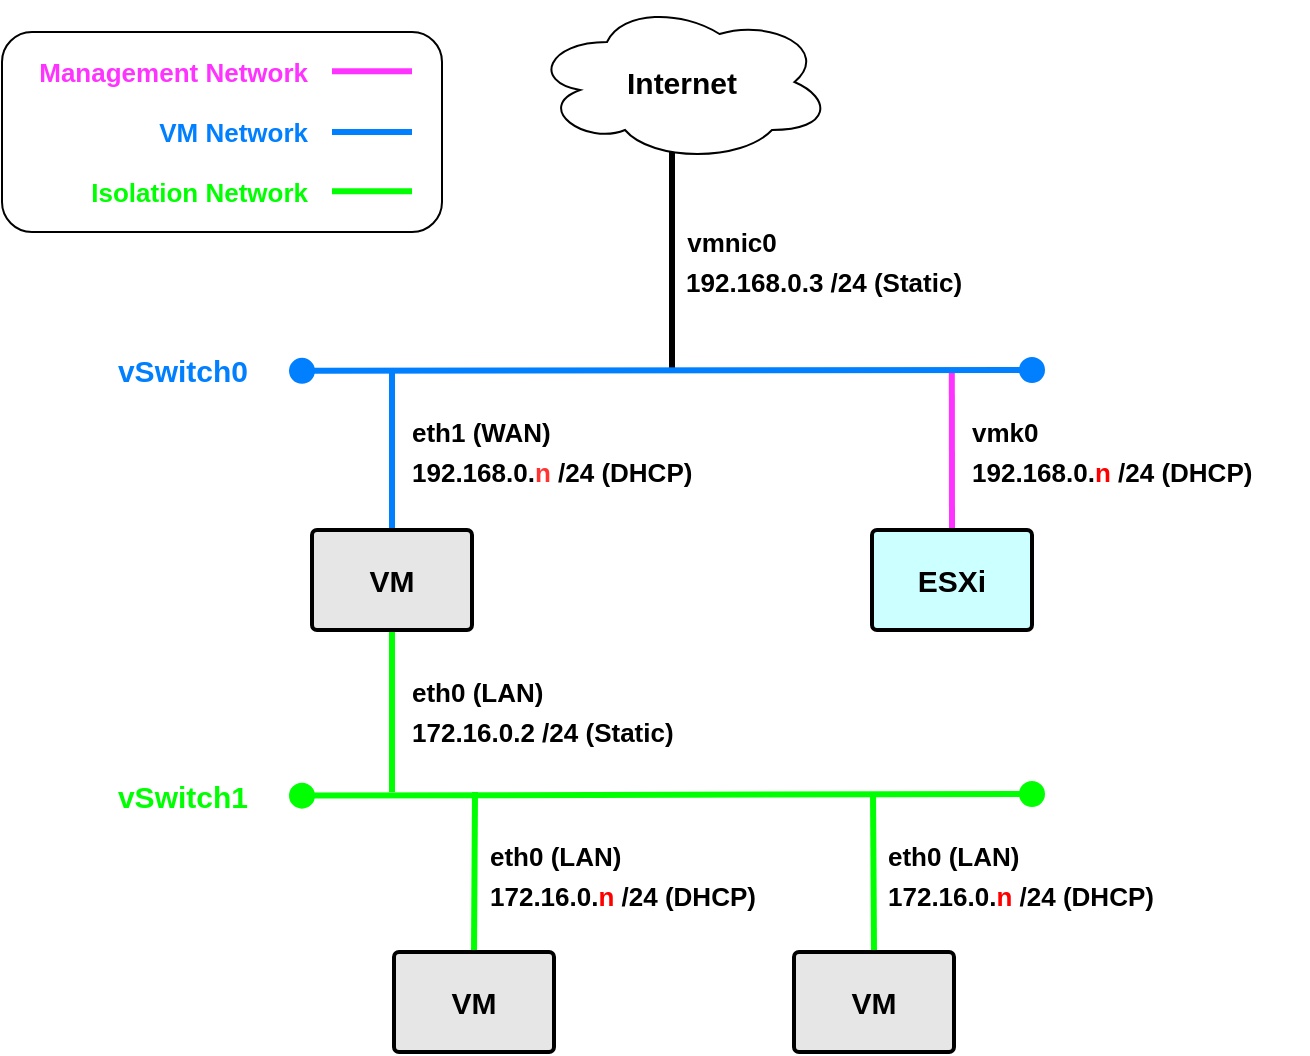
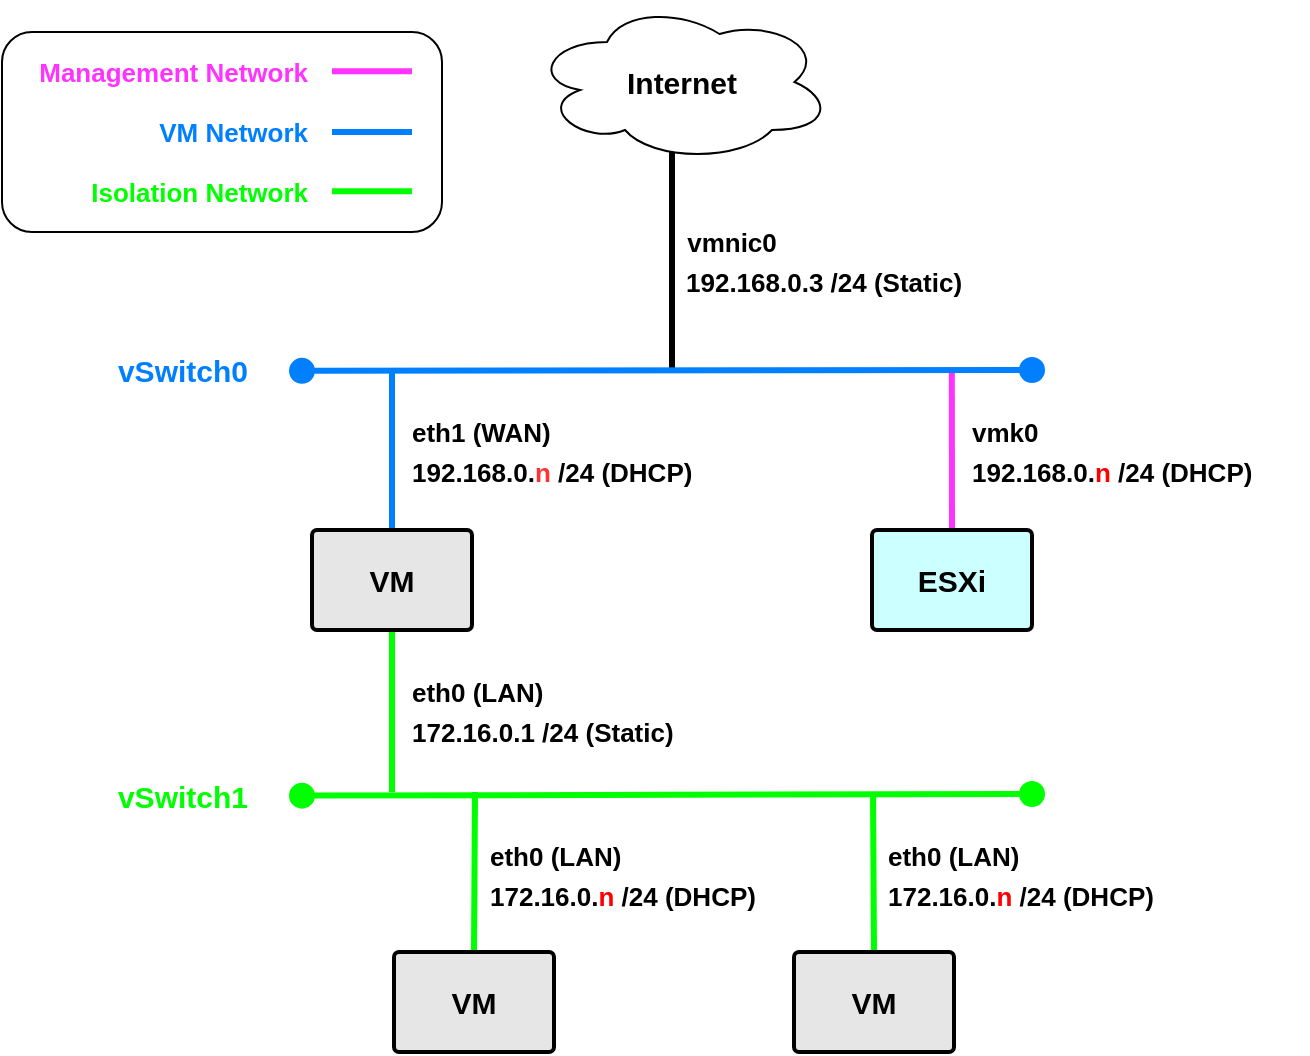
<mxfile host="app.diagrams.net">
  <diagram name="ページ-1" id="D9XlB_TMD_-MUx1WWyKS">
-     <mxGraphModel dx="620" dy="776" grid="1" gridSize="10" guides="1" tooltips="1" connect="1" arrows="1" fold="1" page="1" pageScale="1" pageWidth="827" pageHeight="1169" math="0" shadow="0">
+     <mxGraphModel dx="749" dy="938" grid="1" gridSize="10" guides="1" tooltips="1" connect="1" arrows="1" fold="1" page="1" pageScale="1" pageWidth="827" pageHeight="1169" math="0" shadow="0">
      <root>
        <mxCell id="0" />
        <mxCell id="1" parent="0" />
        <mxCell id="pE-su3vWhePZpemRAO9L-59" edge="1" parent="1" source="KYxcwjHtLG0wu8oCJr7q-87" style="endArrow=none;html=1;rounded=0;strokeWidth=3;startSize=6;strokeColor=#007FFF;exitX=0.5;exitY=0;exitDx=0;exitDy=0;" value="">
          <mxGeometry height="50" relative="1" width="50" as="geometry">
            <mxPoint x="280" y="390" as="sourcePoint" />
            <mxPoint x="280" y="310" as="targetPoint" />
          </mxGeometry>
        </mxCell>
        <mxCell id="Ucy1ZjD5wb_D-EbqR8lm-11" parent="1" style="ellipse;shape=cloud;whiteSpace=wrap;html=1;fontStyle=1;fontSize=15;" value="Internet" vertex="1">
          <mxGeometry height="80" width="150" x="350" y="125" as="geometry" />
        </mxCell>
        <mxCell id="Ucy1ZjD5wb_D-EbqR8lm-12" edge="1" parent="1" style="endArrow=none;html=1;rounded=0;strokeWidth=3;startSize=6;strokeColor=#000000;" value="">
          <mxGeometry height="50" relative="1" width="50" as="geometry">
            <mxPoint x="420" y="310" as="sourcePoint" />
            <mxPoint x="420" y="200" as="targetPoint" />
          </mxGeometry>
        </mxCell>
        <mxCell id="Ucy1ZjD5wb_D-EbqR8lm-13" parent="1" style="text;html=1;whiteSpace=wrap;strokeColor=none;fillColor=none;align=center;verticalAlign=middle;rounded=0;autosize=1;resizable=0;fontSize=13;fontStyle=1" value="vmnic0" vertex="1">
          <mxGeometry height="30" width="60" x="420" y="230" as="geometry" />
        </mxCell>
        <mxCell id="KYxcwjHtLG0wu8oCJr7q-10" edge="1" parent="1" source="KYxcwjHtLG0wu8oCJr7q-15" style="endArrow=none;html=1;rounded=0;strokeWidth=3;startSize=6;strokeColor=#FF33FF;exitX=0.5;exitY=0;exitDx=0;exitDy=0;labelBorderColor=none;" value="">
          <mxGeometry height="50" relative="1" width="50" as="geometry">
            <mxPoint x="559.9659090909092" y="350" as="sourcePoint" />
            <mxPoint x="559.9100000000001" y="309" as="targetPoint" />
          </mxGeometry>
        </mxCell>
        <mxCell id="KYxcwjHtLG0wu8oCJr7q-30" connectable="0" parent="1" style="group" value="" vertex="1">
          <mxGeometry height="49.5" width="170" x="288" y="455" as="geometry" />
        </mxCell>
        <mxCell id="Ucy1ZjD5wb_D-EbqR8lm-18" parent="KYxcwjHtLG0wu8oCJr7q-30" style="text;html=1;whiteSpace=wrap;strokeColor=none;fillColor=none;align=left;verticalAlign=middle;rounded=0;autosize=1;resizable=0;fontSize=13;fontStyle=1" value="eth0 (LAN)" vertex="1">
          <mxGeometry height="30" width="90" as="geometry" />
        </mxCell>
-         <mxCell id="KYxcwjHtLG0wu8oCJr7q-29" parent="KYxcwjHtLG0wu8oCJr7q-30" style="text;html=1;whiteSpace=wrap;strokeColor=none;fillColor=none;align=left;verticalAlign=middle;rounded=0;autosize=1;resizable=0;fontSize=13;fontStyle=1" value="&lt;div&gt;172.16.0.2 /24 (Static)&lt;/div&gt;" vertex="1">
+         <mxCell id="KYxcwjHtLG0wu8oCJr7q-29" parent="KYxcwjHtLG0wu8oCJr7q-30" style="text;html=1;whiteSpace=wrap;strokeColor=none;fillColor=none;align=left;verticalAlign=middle;rounded=0;autosize=1;resizable=0;fontSize=13;fontStyle=1" value="&lt;div&gt;172.16.0.1 /24 (Static)&lt;/div&gt;" vertex="1">
          <mxGeometry height="30" width="150" y="19.5" as="geometry" />
        </mxCell>
        <mxCell id="KYxcwjHtLG0wu8oCJr7q-31" connectable="0" parent="1" style="group" value="" vertex="1">
          <mxGeometry height="50" width="170" x="327" y="537" as="geometry" />
        </mxCell>
        <mxCell id="Ucy1ZjD5wb_D-EbqR8lm-19" parent="KYxcwjHtLG0wu8oCJr7q-31" style="text;html=1;whiteSpace=wrap;strokeColor=none;fillColor=none;align=left;verticalAlign=middle;rounded=0;autosize=1;resizable=0;fontSize=13;fontStyle=1" value="eth0 (LAN)" vertex="1">
          <mxGeometry height="30" width="90" as="geometry" />
        </mxCell>
        <mxCell id="KYxcwjHtLG0wu8oCJr7q-28" parent="KYxcwjHtLG0wu8oCJr7q-31" style="text;html=1;whiteSpace=wrap;strokeColor=none;fillColor=none;align=left;verticalAlign=middle;rounded=0;autosize=1;resizable=0;fontSize=13;fontStyle=1" value="&lt;div&gt;172.16.0.&lt;span style=&quot;color: rgb(255, 0, 0);&quot;&gt;n&lt;/span&gt; /24 (DHCP)&lt;/div&gt;" vertex="1">
          <mxGeometry height="30" width="160" y="20" as="geometry" />
        </mxCell>
        <mxCell id="KYxcwjHtLG0wu8oCJr7q-37" edge="1" parent="1" style="endArrow=none;html=1;rounded=0;strokeWidth=3;startSize=6;strokeColor=#00FF00;" target="KYxcwjHtLG0wu8oCJr7q-87" value="">
          <mxGeometry height="50" relative="1" width="50" as="geometry">
            <mxPoint x="280" y="520" as="sourcePoint" />
            <mxPoint x="280" y="440" as="targetPoint" />
          </mxGeometry>
        </mxCell>
        <mxCell id="KYxcwjHtLG0wu8oCJr7q-38" connectable="0" parent="1" style="group" value="" vertex="1">
          <mxGeometry height="30" width="470" x="130" y="467" as="geometry" />
        </mxCell>
        <mxCell id="pE-su3vWhePZpemRAO9L-46" parent="KYxcwjHtLG0wu8oCJr7q-38" style="text;html=1;whiteSpace=wrap;strokeColor=none;fillColor=none;align=right;verticalAlign=middle;rounded=0;autosize=1;resizable=0;fontSize=15;fontStyle=1;fontColor=#00FF00;" value="vSwitch1" vertex="1">
          <mxGeometry height="30" width="80" y="40" as="geometry" />
        </mxCell>
        <mxCell id="pE-su3vWhePZpemRAO9L-45" edge="1" parent="KYxcwjHtLG0wu8oCJr7q-38" style="endArrow=oval;html=1;rounded=0;startArrow=oval;startFill=1;endFill=1;strokeWidth=3;startSize=10;endSize=10;strokeColor=#00FF00;" value="">
          <mxGeometry height="50" relative="1" width="50" as="geometry">
            <mxPoint x="105" y="54.819999999999936" as="sourcePoint" />
            <mxPoint x="470" y="54" as="targetPoint" />
          </mxGeometry>
        </mxCell>
        <mxCell id="KYxcwjHtLG0wu8oCJr7q-40" connectable="0" parent="1" style="group" value="" vertex="1">
          <mxGeometry height="49.5" width="170" x="288" y="325" as="geometry" />
        </mxCell>
        <mxCell id="KYxcwjHtLG0wu8oCJr7q-41" parent="KYxcwjHtLG0wu8oCJr7q-40" style="text;html=1;whiteSpace=wrap;strokeColor=none;fillColor=none;align=left;verticalAlign=middle;rounded=0;autosize=1;resizable=0;fontSize=13;fontStyle=1" value="eth1 (WAN)" vertex="1">
          <mxGeometry height="30" width="90" as="geometry" />
        </mxCell>
        <mxCell id="KYxcwjHtLG0wu8oCJr7q-42" parent="KYxcwjHtLG0wu8oCJr7q-40" style="text;html=1;whiteSpace=wrap;strokeColor=none;fillColor=none;align=left;verticalAlign=middle;rounded=0;autosize=1;resizable=0;fontSize=13;fontStyle=1" value="&lt;div&gt;192.168.0.&lt;span style=&quot;color: rgb(255, 51, 51);&quot;&gt;n&lt;/span&gt; /24 (DHCP)&lt;/div&gt;" vertex="1">
          <mxGeometry height="30" width="160" y="19.5" as="geometry" />
        </mxCell>
        <mxCell id="KYxcwjHtLG0wu8oCJr7q-44" connectable="0" parent="1" style="group" value="" vertex="1">
          <mxGeometry height="49.5" width="170" x="568" y="325" as="geometry" />
        </mxCell>
        <mxCell id="KYxcwjHtLG0wu8oCJr7q-11" parent="KYxcwjHtLG0wu8oCJr7q-44" style="text;html=1;whiteSpace=wrap;strokeColor=none;fillColor=none;align=left;verticalAlign=middle;rounded=0;autosize=1;resizable=0;fontSize=13;fontStyle=1" value="vmk0" vertex="1">
          <mxGeometry height="30" width="50" x="5.684341886080802e-14" as="geometry" />
        </mxCell>
        <mxCell id="KYxcwjHtLG0wu8oCJr7q-43" parent="KYxcwjHtLG0wu8oCJr7q-44" style="text;html=1;whiteSpace=wrap;strokeColor=none;fillColor=none;align=left;verticalAlign=middle;rounded=0;autosize=1;resizable=0;fontSize=13;fontStyle=1" value="&lt;div&gt;192.168.0.&lt;span style=&quot;color: rgb(255, 0, 0);&quot;&gt;n&lt;/span&gt; /24 (DHCP)&lt;/div&gt;" vertex="1">
          <mxGeometry height="30" width="160" y="19.5" as="geometry" />
        </mxCell>
        <mxCell id="KYxcwjHtLG0wu8oCJr7q-45" connectable="0" parent="1" style="group" value="" vertex="1">
          <mxGeometry height="30" width="500" x="100" y="294" as="geometry" />
        </mxCell>
        <mxCell id="pE-su3vWhePZpemRAO9L-39" parent="KYxcwjHtLG0wu8oCJr7q-45" style="text;html=1;whiteSpace=wrap;strokeColor=none;fillColor=none;align=right;verticalAlign=middle;rounded=0;autosize=1;resizable=0;fontSize=15;fontStyle=1;fontColor=#007FFF;" value="vSwitch0　　" vertex="1">
          <mxGeometry height="30" width="110" as="geometry" />
        </mxCell>
        <mxCell id="pE-su3vWhePZpemRAO9L-37" edge="1" parent="KYxcwjHtLG0wu8oCJr7q-45" style="endArrow=oval;html=1;rounded=0;startArrow=oval;startFill=1;endFill=1;strokeWidth=3;startSize=10;endSize=10;strokeColor=#007FFF;" value="">
          <mxGeometry height="50" relative="1" width="50" as="geometry">
            <mxPoint x="135" y="15.409999999999968" as="sourcePoint" />
            <mxPoint x="500" y="15" as="targetPoint" />
          </mxGeometry>
        </mxCell>
        <mxCell id="KYxcwjHtLG0wu8oCJr7q-55" connectable="0" parent="1" style="group" value="" vertex="1">
          <mxGeometry height="100" width="220" x="85" y="140" as="geometry" />
        </mxCell>
        <mxCell id="KYxcwjHtLG0wu8oCJr7q-46" parent="KYxcwjHtLG0wu8oCJr7q-55" style="rounded=1;whiteSpace=wrap;html=1;fillColor=#FFFFFF;" value="" vertex="1">
          <mxGeometry height="100" width="220" as="geometry" />
        </mxCell>
        <mxCell id="KYxcwjHtLG0wu8oCJr7q-47" edge="1" parent="KYxcwjHtLG0wu8oCJr7q-55" style="endArrow=none;html=1;rounded=0;strokeWidth=3;startSize=6;strokeColor=#FF33FF;movable=1;resizable=1;rotatable=1;deletable=1;editable=1;locked=0;connectable=1;" value="">
          <mxGeometry height="50" relative="1" width="50" as="geometry">
            <mxPoint x="165" y="19.659999999999968" as="sourcePoint" />
            <mxPoint x="205" y="19.659999999999968" as="targetPoint" />
          </mxGeometry>
        </mxCell>
        <mxCell id="KYxcwjHtLG0wu8oCJr7q-48" edge="1" parent="KYxcwjHtLG0wu8oCJr7q-55" style="endArrow=none;html=1;rounded=0;strokeWidth=3;startSize=6;strokeColor=#007FFF;movable=1;resizable=1;rotatable=1;deletable=1;editable=1;locked=0;connectable=1;" value="">
          <mxGeometry height="50" relative="1" width="50" as="geometry">
            <mxPoint x="165" y="50" as="sourcePoint" />
            <mxPoint x="205" y="50" as="targetPoint" />
          </mxGeometry>
        </mxCell>
        <mxCell id="KYxcwjHtLG0wu8oCJr7q-49" edge="1" parent="KYxcwjHtLG0wu8oCJr7q-55" style="endArrow=none;html=1;rounded=0;strokeWidth=3;startSize=6;strokeColor=#00FF00;movable=1;resizable=1;rotatable=1;deletable=1;editable=1;locked=0;connectable=1;" value="">
          <mxGeometry height="50" relative="1" width="50" as="geometry">
            <mxPoint x="165" y="79.65999999999997" as="sourcePoint" />
            <mxPoint x="205" y="79.65999999999997" as="targetPoint" />
          </mxGeometry>
        </mxCell>
        <mxCell id="KYxcwjHtLG0wu8oCJr7q-50" parent="KYxcwjHtLG0wu8oCJr7q-55" style="text;html=1;whiteSpace=wrap;strokeColor=none;fillColor=none;align=right;verticalAlign=middle;rounded=0;autosize=1;resizable=0;fontSize=13;fontStyle=1;fontColor=#FF33FF;" value="Management Network" vertex="1">
          <mxGeometry height="30" width="150" x="5" y="5" as="geometry" />
        </mxCell>
        <mxCell id="KYxcwjHtLG0wu8oCJr7q-51" parent="KYxcwjHtLG0wu8oCJr7q-55" style="text;html=1;whiteSpace=wrap;strokeColor=none;fillColor=none;align=right;verticalAlign=middle;rounded=0;autosize=1;resizable=0;fontSize=13;fontStyle=1;fontColor=#007FFF;" value="&lt;span style=&quot;&quot;&gt;VM Network&lt;/span&gt;" vertex="1">
          <mxGeometry height="30" width="90" x="65" y="35" as="geometry" />
        </mxCell>
        <mxCell id="KYxcwjHtLG0wu8oCJr7q-52" parent="KYxcwjHtLG0wu8oCJr7q-55" style="text;html=1;whiteSpace=wrap;strokeColor=none;fillColor=none;align=right;verticalAlign=middle;rounded=0;autosize=1;resizable=0;fontSize=13;fontStyle=1;fontColor=#00FF00;" value="Isolation Network" vertex="1">
          <mxGeometry height="30" width="120" x="35" y="65" as="geometry" />
        </mxCell>
        <mxCell id="KYxcwjHtLG0wu8oCJr7q-61" parent="1" style="text;html=1;whiteSpace=wrap;strokeColor=none;fillColor=none;align=left;verticalAlign=middle;rounded=0;autosize=1;resizable=0;fontSize=13;fontStyle=1" value="&lt;div&gt;192.168.0.3 /24 (Static)&lt;/div&gt;" vertex="1">
          <mxGeometry height="30" width="160" x="425" y="250" as="geometry" />
        </mxCell>
        <mxCell id="KYxcwjHtLG0wu8oCJr7q-68" connectable="0" parent="1" style="group" value="" vertex="1">
          <mxGeometry height="50" width="170" x="526" y="537" as="geometry" />
        </mxCell>
        <mxCell id="KYxcwjHtLG0wu8oCJr7q-69" parent="KYxcwjHtLG0wu8oCJr7q-68" style="text;html=1;whiteSpace=wrap;strokeColor=none;fillColor=none;align=left;verticalAlign=middle;rounded=0;autosize=1;resizable=0;fontSize=13;fontStyle=1" value="eth0 (LAN)" vertex="1">
          <mxGeometry height="30" width="90" as="geometry" />
        </mxCell>
        <mxCell id="KYxcwjHtLG0wu8oCJr7q-70" parent="KYxcwjHtLG0wu8oCJr7q-68" style="text;html=1;whiteSpace=wrap;strokeColor=none;fillColor=none;align=left;verticalAlign=middle;rounded=0;autosize=1;resizable=0;fontSize=13;fontStyle=1" value="&lt;div&gt;172.16.0.&lt;span style=&quot;color: rgb(255, 0, 0);&quot;&gt;n&lt;/span&gt; /24 (DHCP)&lt;/div&gt;" vertex="1">
          <mxGeometry height="30" width="160" y="20" as="geometry" />
        </mxCell>
        <mxCell id="KYxcwjHtLG0wu8oCJr7q-83" connectable="0" parent="1" style="group;fillColor=#CCFFFF;" value="" vertex="1">
          <mxGeometry height="50" width="80" x="520" y="389" as="geometry" />
        </mxCell>
        <mxCell id="KYxcwjHtLG0wu8oCJr7q-15" parent="KYxcwjHtLG0wu8oCJr7q-83" style="rounded=1;whiteSpace=wrap;html=1;fillColor=none;strokeColor=default;strokeWidth=2;arcSize=5;container=0;" value="" vertex="1">
          <mxGeometry height="50" width="80" as="geometry" />
        </mxCell>
        <mxCell id="KYxcwjHtLG0wu8oCJr7q-82" parent="KYxcwjHtLG0wu8oCJr7q-83" style="text;html=1;whiteSpace=wrap;strokeColor=none;fillColor=none;align=center;verticalAlign=middle;rounded=0;autosize=1;resizable=0;fontSize=15;fontStyle=1" value="ESXi" vertex="1">
          <mxGeometry height="30" width="60" x="10.004285714285714" y="10" as="geometry" />
        </mxCell>
        <mxCell id="KYxcwjHtLG0wu8oCJr7q-86" connectable="0" parent="1" style="group;fillColor=#E6E6E6;" value="" vertex="1">
          <mxGeometry height="50" width="80" x="240" y="389" as="geometry" />
        </mxCell>
        <mxCell id="KYxcwjHtLG0wu8oCJr7q-87" parent="KYxcwjHtLG0wu8oCJr7q-86" style="rounded=1;whiteSpace=wrap;html=1;fillColor=none;strokeColor=default;strokeWidth=2;arcSize=5;container=0;" value="" vertex="1">
          <mxGeometry height="50" width="80" as="geometry" />
        </mxCell>
        <mxCell id="KYxcwjHtLG0wu8oCJr7q-88" parent="KYxcwjHtLG0wu8oCJr7q-86" style="text;html=1;whiteSpace=wrap;strokeColor=none;fillColor=none;align=center;verticalAlign=middle;rounded=0;autosize=1;resizable=0;fontSize=15;fontStyle=1" value="VM" vertex="1">
          <mxGeometry height="30" width="50" x="14.998571428571427" y="10" as="geometry" />
        </mxCell>
        <mxCell id="KYxcwjHtLG0wu8oCJr7q-66" edge="1" parent="1" source="KYxcwjHtLG0wu8oCJr7q-96" style="endArrow=none;html=1;rounded=0;strokeWidth=3;startSize=6;strokeColor=#00FF00;exitX=0.5;exitY=0;exitDx=0;exitDy=0;" value="">
          <mxGeometry height="50" relative="1" width="50" as="geometry">
            <mxPoint x="520.8809523809523" y="600" as="sourcePoint" />
            <mxPoint x="520.5" y="520" as="targetPoint" />
          </mxGeometry>
        </mxCell>
        <mxCell id="KYxcwjHtLG0wu8oCJr7q-95" connectable="0" parent="1" style="group;fillColor=#E6E6E6;" value="" vertex="1">
          <mxGeometry height="50" width="80" x="481" y="600" as="geometry" />
        </mxCell>
        <mxCell id="KYxcwjHtLG0wu8oCJr7q-96" parent="KYxcwjHtLG0wu8oCJr7q-95" style="rounded=1;whiteSpace=wrap;html=1;fillColor=none;strokeColor=default;strokeWidth=2;arcSize=5;container=0;" value="" vertex="1">
          <mxGeometry height="50" width="80" as="geometry" />
        </mxCell>
        <mxCell id="KYxcwjHtLG0wu8oCJr7q-97" parent="KYxcwjHtLG0wu8oCJr7q-95" style="text;html=1;whiteSpace=wrap;strokeColor=none;fillColor=none;align=center;verticalAlign=middle;rounded=0;autosize=1;resizable=0;fontSize=15;fontStyle=1" value="VM" vertex="1">
          <mxGeometry height="30" width="50" x="14.998571428571427" y="10" as="geometry" />
        </mxCell>
        <mxCell id="pE-su3vWhePZpemRAO9L-60" edge="1" parent="1" source="KYxcwjHtLG0wu8oCJr7q-92" style="endArrow=none;html=1;rounded=0;strokeWidth=3;startSize=6;strokeColor=#00FF00;exitX=0.5;exitY=0;exitDx=0;exitDy=0;" value="">
          <mxGeometry height="50" relative="1" width="50" as="geometry">
            <mxPoint x="290" y="590" as="sourcePoint" />
            <mxPoint x="321.5" y="520" as="targetPoint" />
          </mxGeometry>
        </mxCell>
        <mxCell id="KYxcwjHtLG0wu8oCJr7q-91" connectable="0" parent="1" style="group;fillColor=#E6E6E6;" value="" vertex="1">
          <mxGeometry height="50" width="80" x="281" y="600" as="geometry" />
        </mxCell>
        <mxCell id="KYxcwjHtLG0wu8oCJr7q-93" parent="KYxcwjHtLG0wu8oCJr7q-91" style="text;html=1;whiteSpace=wrap;strokeColor=none;fillColor=none;align=center;verticalAlign=middle;rounded=0;autosize=1;resizable=0;fontSize=15;fontStyle=1" value="VM" vertex="1">
          <mxGeometry height="30" width="50" x="14.998571428571427" y="10" as="geometry" />
        </mxCell>
        <mxCell id="KYxcwjHtLG0wu8oCJr7q-92" parent="KYxcwjHtLG0wu8oCJr7q-91" style="rounded=1;whiteSpace=wrap;html=1;fillColor=none;strokeColor=default;strokeWidth=2;arcSize=5;container=0;" value="" vertex="1">
          <mxGeometry height="50" width="80" as="geometry" />
        </mxCell>
      </root>
    </mxGraphModel>
  </diagram>
</mxfile>
